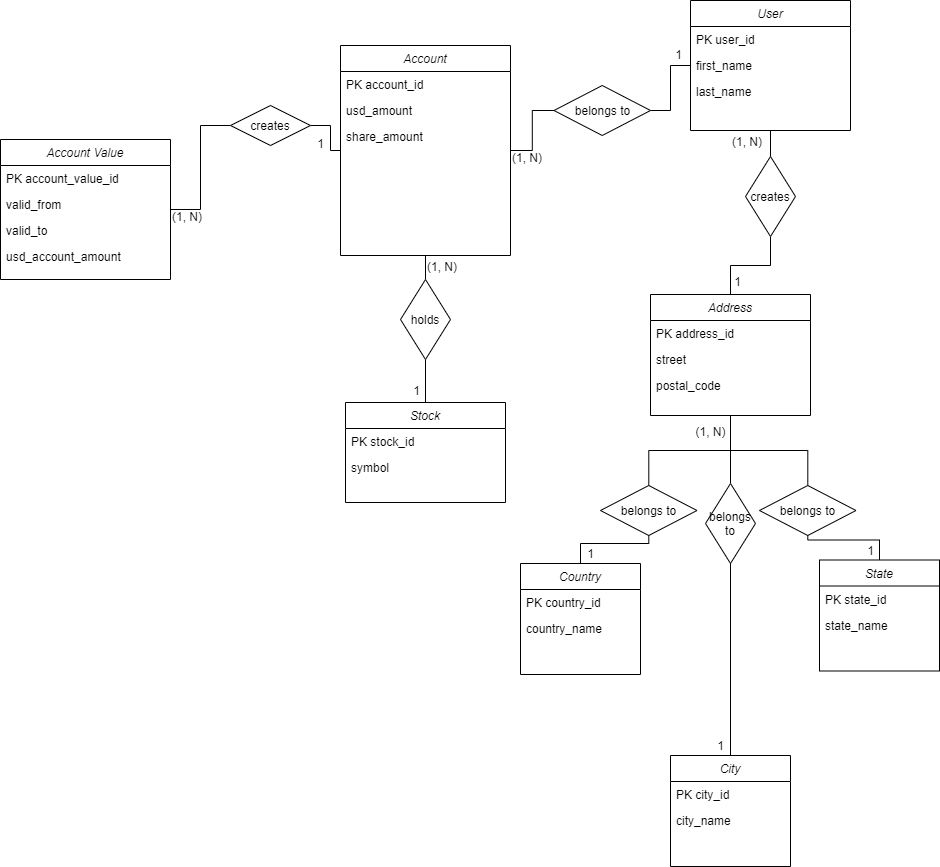
Earlier version of the draw.io export assets/data_model.png (dporth/stock-simulator). Source tidied: cells renumbered, new cells last; positions are measured from the earlier drawing's top-left corner, leaving out a move shared by most shapes.
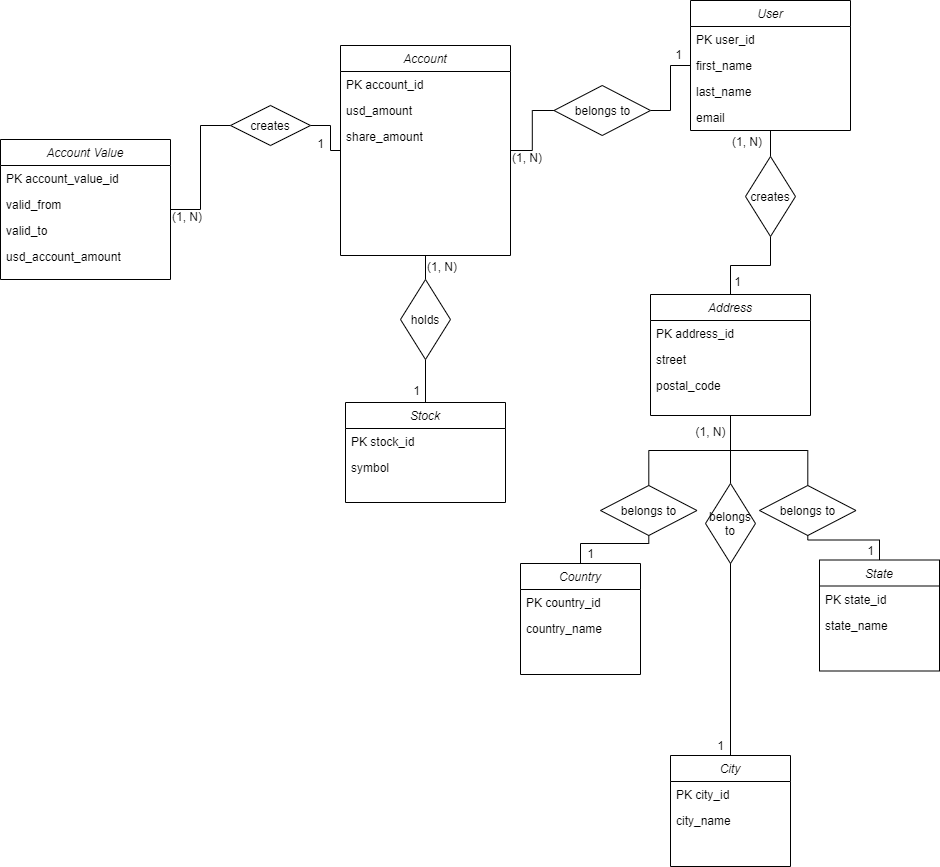
The same file after the commit.

The edit, as a diff of the source:
```diff
@@ -35,6 +35,9 @@
     <mxCell id="12" value="last_name" style="text;align=left;verticalAlign=top;spacingLeft=4;spacingRight=4;overflow=hidden;rounded=0;shadow=0;html=0;" parent="9" vertex="1">
       <mxGeometry y="78" width="160" height="26" as="geometry" />
     </mxCell>
+    <mxCell id="64" value="email" style="text;align=left;verticalAlign=top;spacingLeft=4;spacingRight=4;overflow=hidden;rounded=0;shadow=0;html=0;" parent="9" vertex="1">
+      <mxGeometry y="104" width="160" height="26" as="geometry" />
+    </mxCell>
     <mxCell id="13" value="Address" style="swimlane;fontStyle=2;align=center;verticalAlign=top;horizontal=1;startSize=26;rounded=0;shadow=0;strokeWidth=1;" parent="1" vertex="1">
       <mxGeometry x="650" y="294" width="160" height="121" as="geometry" />
     </mxCell>
```
